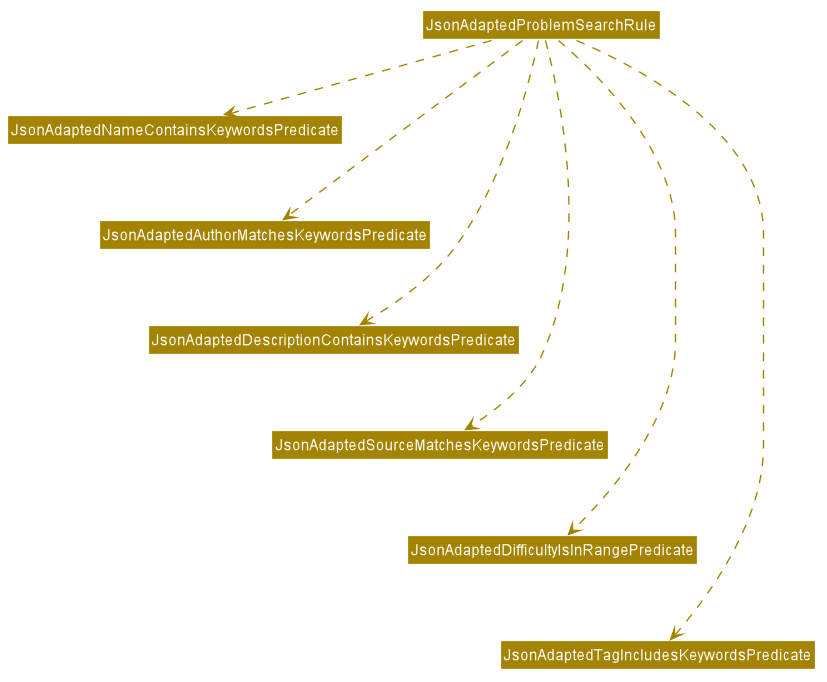
Before: docs/images/storage/ProblemSearchRuleClassDiagram.png, a diagram exported from PlantUML (nus-cs2103-AY1920S1/addressbook-level3). Its diagram source:
```plantuml
@startuml








skinparam BackgroundColor #FFFFFFF

skinparam Shadowing false

skinparam Class {
    FontColor #FFFFFF
    BorderThickness 1
    BorderColor #FFFFFF
    StereotypeFontColor #FFFFFF
    FontName Arial
}

skinparam Actor {
    BorderColor #000000
    Color #000000
    FontName Arial
}

skinparam Sequence {
    MessageAlign center
    BoxFontSize 15
    BoxPadding 0
    BoxFontColor #FFFFFF
    FontName Arial
}

skinparam Participant {
    FontColor #FFFFFFF
    Padding 20
}

skinparam MinClassWidth 50
skinparam ParticipantPadding 10
skinparam Shadowing false
skinparam DefaultTextAlignment center
skinparam packageStyle Rectangle

hide footbox
hide members
hide circle
skinparam arrowThickness 1.1
skinparam arrowColor #A38300
skinparam classBackgroundColor #A38300

JsonAdaptedProblemSearchRule .down.> JsonAdaptedNameContainsKeywordsPredicate
JsonAdaptedProblemSearchRule .down.> JsonAdaptedAuthorMatchesKeywordsPredicate
JsonAdaptedProblemSearchRule .down.> JsonAdaptedDescriptionContainsKeywordsPredicate
JsonAdaptedProblemSearchRule .down.> JsonAdaptedSourceMatchesKeywordsPredicate
JsonAdaptedProblemSearchRule .down.> JsonAdaptedDifficultyIsInRangePredicate
JsonAdaptedProblemSearchRule .down.> JsonAdaptedTagIncludesKeywordsPredicate

JsonAdaptedNameContainsKeywordsPredicate -[hidden]down- JsonAdaptedAuthorMatchesKeywordsPredicate
JsonAdaptedAuthorMatchesKeywordsPredicate -[hidden]down- JsonAdaptedDescriptionContainsKeywordsPredicate
JsonAdaptedDescriptionContainsKeywordsPredicate -[hidden]down- JsonAdaptedSourceMatchesKeywordsPredicate
JsonAdaptedSourceMatchesKeywordsPredicate -[hidden]down- JsonAdaptedDifficultyIsInRangePredicate
JsonAdaptedDifficultyIsInRangePredicate -[hidden]down- JsonAdaptedTagIncludesKeywordsPredicate
@enduml
```
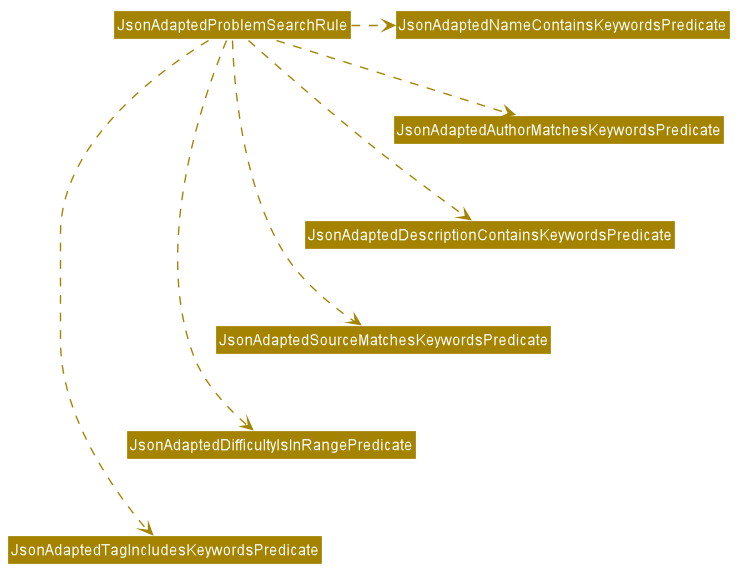
The same file after the commit.

What changed in the source:
```diff
@@ -1,4 +1,5 @@
 @startuml
+
 
 
 
@@ -51,12 +52,12 @@
 skinparam arrowColor #A38300
 skinparam classBackgroundColor #A38300
 
-JsonAdaptedProblemSearchRule .down.> JsonAdaptedNameContainsKeywordsPredicate
-JsonAdaptedProblemSearchRule .down.> JsonAdaptedAuthorMatchesKeywordsPredicate
-JsonAdaptedProblemSearchRule .down.> JsonAdaptedDescriptionContainsKeywordsPredicate
-JsonAdaptedProblemSearchRule .down.> JsonAdaptedSourceMatchesKeywordsPredicate
-JsonAdaptedProblemSearchRule .down.> JsonAdaptedDifficultyIsInRangePredicate
-JsonAdaptedProblemSearchRule .down.> JsonAdaptedTagIncludesKeywordsPredicate
+JsonAdaptedProblemSearchRule .right.> JsonAdaptedNameContainsKeywordsPredicate
+JsonAdaptedProblemSearchRule .right.> JsonAdaptedAuthorMatchesKeywordsPredicate
+JsonAdaptedProblemSearchRule .right.> JsonAdaptedDescriptionContainsKeywordsPredicate
+JsonAdaptedProblemSearchRule .right.> JsonAdaptedSourceMatchesKeywordsPredicate
+JsonAdaptedProblemSearchRule .right.> JsonAdaptedDifficultyIsInRangePredicate
+JsonAdaptedProblemSearchRule .right.> JsonAdaptedTagIncludesKeywordsPredicate
 
 JsonAdaptedNameContainsKeywordsPredicate -[hidden]down- JsonAdaptedAuthorMatchesKeywordsPredicate
 JsonAdaptedAuthorMatchesKeywordsPredicate -[hidden]down- JsonAdaptedDescriptionContainsKeywordsPredicate
```
